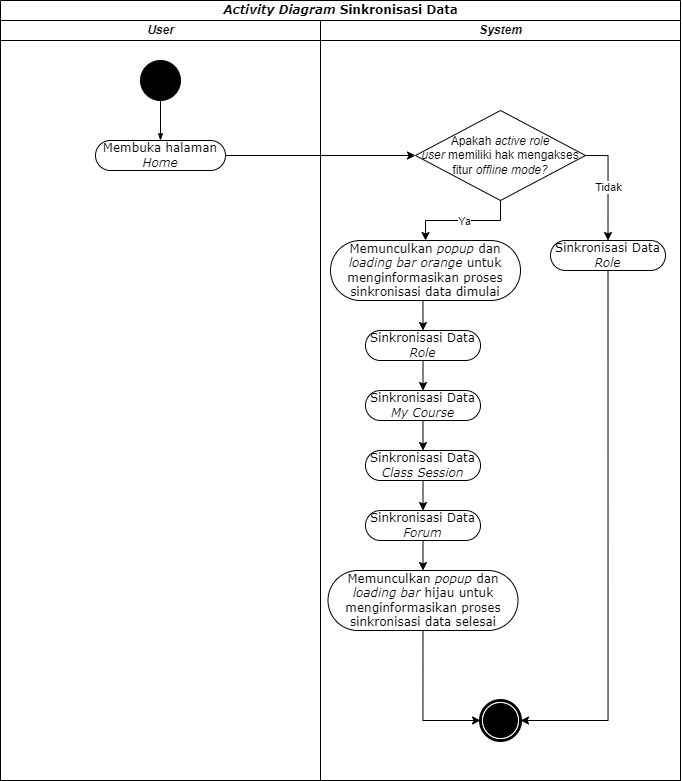
Before: diagrams/sinkronisasi_data/Activity Diagram.drawio.png, a diagram exported from draw.io (angeliawidjaja/offline-mode-paper). Source tidied: cells renumbered, new cells last; positions are measured from the earlier drawing's top-left corner, leaving out a move shared by most shapes.
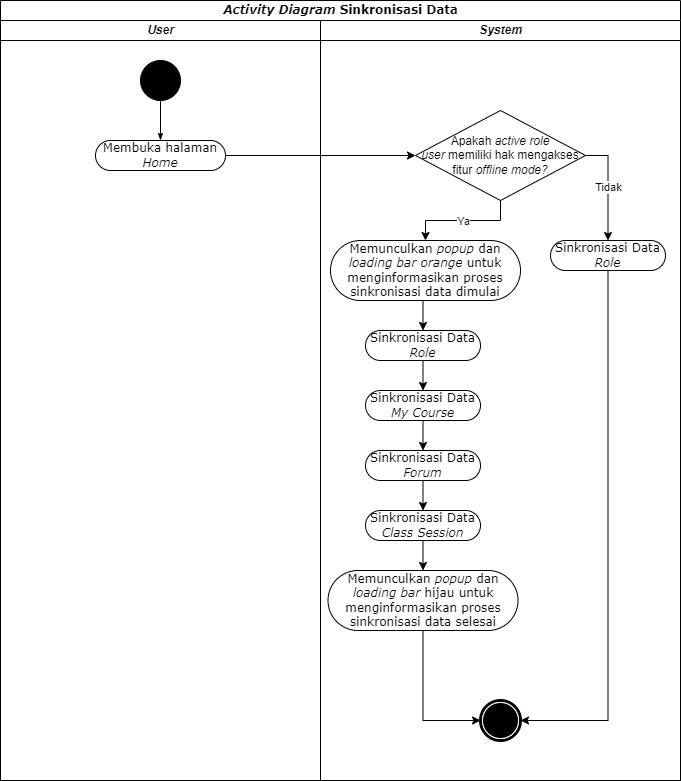
The same file after the commit.

Diff of the diagram source:
```diff
@@ -41,13 +41,13 @@
     <mxCell id="14" style="edgeStyle=orthogonalEdgeStyle;rounded=0;jettySize=auto;html=1;exitX=0.5;exitY=1;exitDx=0;exitDy=0;entryX=0.5;entryY=0;entryDx=0;entryDy=0;" parent="7" edge="1" source="15" target="17">
       <mxGeometry relative="1" as="geometry" />
     </mxCell>
-    <mxCell id="15" value="Sinkronisasi Data &lt;i&gt;Class Session&lt;/i&gt;" style="rounded=1;whiteSpace=wrap;html=1;shadow=0;comic=0;labelBackgroundColor=none;strokeWidth=1;fontFamily=Verdana;fontSize=12;align=center;arcSize=50;" parent="7" vertex="1">
+    <mxCell id="15" value="Sinkronisasi Data &lt;i&gt;Forum&lt;/i&gt;" style="rounded=1;whiteSpace=wrap;html=1;shadow=0;comic=0;labelBackgroundColor=none;strokeWidth=1;fontFamily=Verdana;fontSize=12;align=center;arcSize=50;" parent="7" vertex="1">
       <mxGeometry x="45" y="430" width="115" height="30" as="geometry" />
     </mxCell>
     <mxCell id="16" style="edgeStyle=orthogonalEdgeStyle;rounded=0;jettySize=auto;html=1;exitX=0.5;exitY=1;exitDx=0;exitDy=0;entryX=0.5;entryY=0;entryDx=0;entryDy=0;" parent="7" edge="1" source="17" target="27">
       <mxGeometry relative="1" as="geometry" />
     </mxCell>
-    <mxCell id="17" value="Sinkronisasi Data &lt;i&gt;Forum&lt;/i&gt;" style="rounded=1;whiteSpace=wrap;html=1;shadow=0;comic=0;labelBackgroundColor=none;strokeWidth=1;fontFamily=Verdana;fontSize=12;align=center;arcSize=50;" parent="7" vertex="1">
+    <mxCell id="17" value="Sinkronisasi Data &lt;i&gt;Class Session&lt;/i&gt;" style="rounded=1;whiteSpace=wrap;html=1;shadow=0;comic=0;labelBackgroundColor=none;strokeWidth=1;fontFamily=Verdana;fontSize=12;align=center;arcSize=50;" parent="7" vertex="1">
       <mxGeometry x="45" y="490" width="115" height="30" as="geometry" />
     </mxCell>
     <mxCell id="18" style="edgeStyle=orthogonalEdgeStyle;rounded=0;jettySize=auto;html=1;exitX=0.5;exitY=1;exitDx=0;exitDy=0;entryX=1;entryY=0.5;entryDx=0;entryDy=0;" parent="7" edge="1" source="19" target="8">
```
